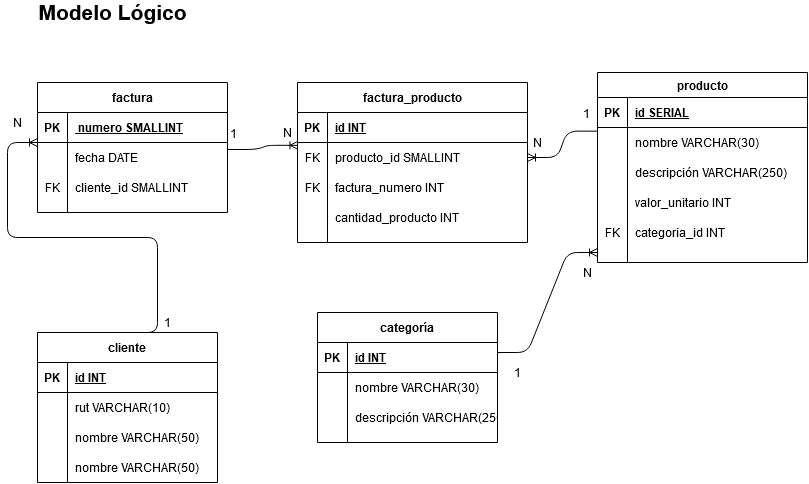
Earlier version of the draw.io export prueba_sql.png (gilibethvega/prueba_sql). Source tidied: cells renumbered, new cells last; positions are measured from the earlier drawing's top-left corner, leaving out a move shared by most shapes.
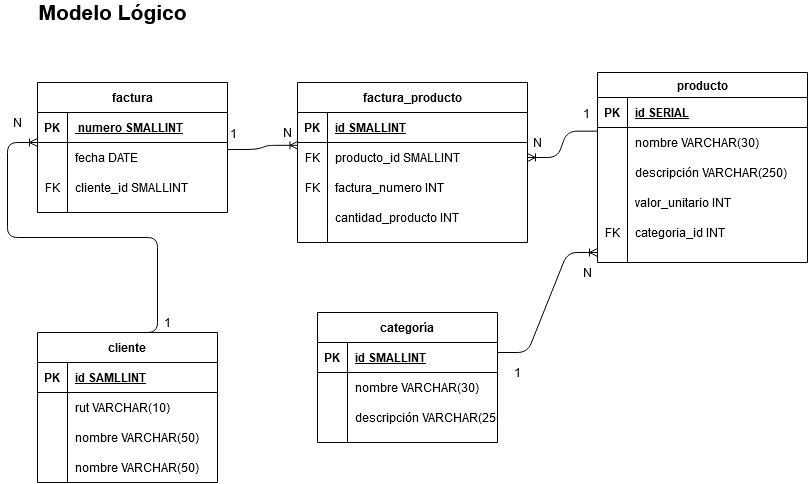
The same diagram one commit later.

The edit, as a diff of the source:
```diff
@@ -44,7 +44,7 @@
     <mxCell id="15" value="PK" style="shape=partialRectangle;fillColor=none;top=0;left=0;bottom=0;right=0;fontStyle=1;overflow=hidden;" parent="14" vertex="1">
       <mxGeometry width="30" height="30" as="geometry" />
     </mxCell>
-    <mxCell id="16" value="id INT" style="shape=partialRectangle;fillColor=none;top=0;left=0;bottom=0;right=0;align=left;spacingLeft=6;fontStyle=5;overflow=hidden;" parent="14" vertex="1">
+    <mxCell id="16" value="id SAMLLINT" style="shape=partialRectangle;fillColor=none;top=0;left=0;bottom=0;right=0;align=left;spacingLeft=6;fontStyle=5;overflow=hidden;" parent="14" vertex="1">
       <mxGeometry x="30" width="150" height="30" as="geometry" />
     </mxCell>
     <mxCell id="17" style="shape=partialRectangle;fillColor=none;top=0;left=0;bottom=0;right=0;" parent="13" vertex="1">
@@ -74,7 +74,7 @@
     <mxCell id="25" value="PK" style="shape=partialRectangle;fillColor=none;top=0;left=0;bottom=0;right=0;fontStyle=1;overflow=hidden;" parent="24" vertex="1">
       <mxGeometry width="30" height="30" as="geometry" />
     </mxCell>
-    <mxCell id="26" value="id INT" style="shape=partialRectangle;fillColor=none;top=0;left=0;bottom=0;right=0;align=left;spacingLeft=6;fontStyle=5;overflow=hidden;" parent="24" vertex="1">
+    <mxCell id="26" value="id SMALLINT" style="shape=partialRectangle;fillColor=none;top=0;left=0;bottom=0;right=0;align=left;spacingLeft=6;fontStyle=5;overflow=hidden;" parent="24" vertex="1">
       <mxGeometry x="30" width="150" height="30" as="geometry" />
     </mxCell>
     <mxCell id="27" style="shape=partialRectangle;fillColor=none;top=0;left=0;bottom=0;right=0;" parent="23" vertex="1">
@@ -152,7 +152,7 @@
     <mxCell id="51" value="PK" style="shape=partialRectangle;fillColor=none;top=0;left=0;bottom=0;right=0;fontStyle=1;overflow=hidden;" parent="50" vertex="1">
       <mxGeometry width="30" height="30" as="geometry" />
     </mxCell>
-    <mxCell id="52" value="id INT" style="shape=partialRectangle;fillColor=none;top=0;left=0;bottom=0;right=0;align=left;spacingLeft=6;fontStyle=5;overflow=hidden;" parent="50" vertex="1">
+    <mxCell id="52" value="id SMALLINT" style="shape=partialRectangle;fillColor=none;top=0;left=0;bottom=0;right=0;align=left;spacingLeft=6;fontStyle=5;overflow=hidden;" parent="50" vertex="1">
       <mxGeometry x="30" width="200" height="30" as="geometry" />
     </mxCell>
     <mxCell id="53" style="shape=partialRectangle;fillColor=none;top=0;left=0;bottom=0;right=0;points=[[0,0.5],[1,0.5]];portConstraint=eastwest;" parent="49" vertex="1">
```
